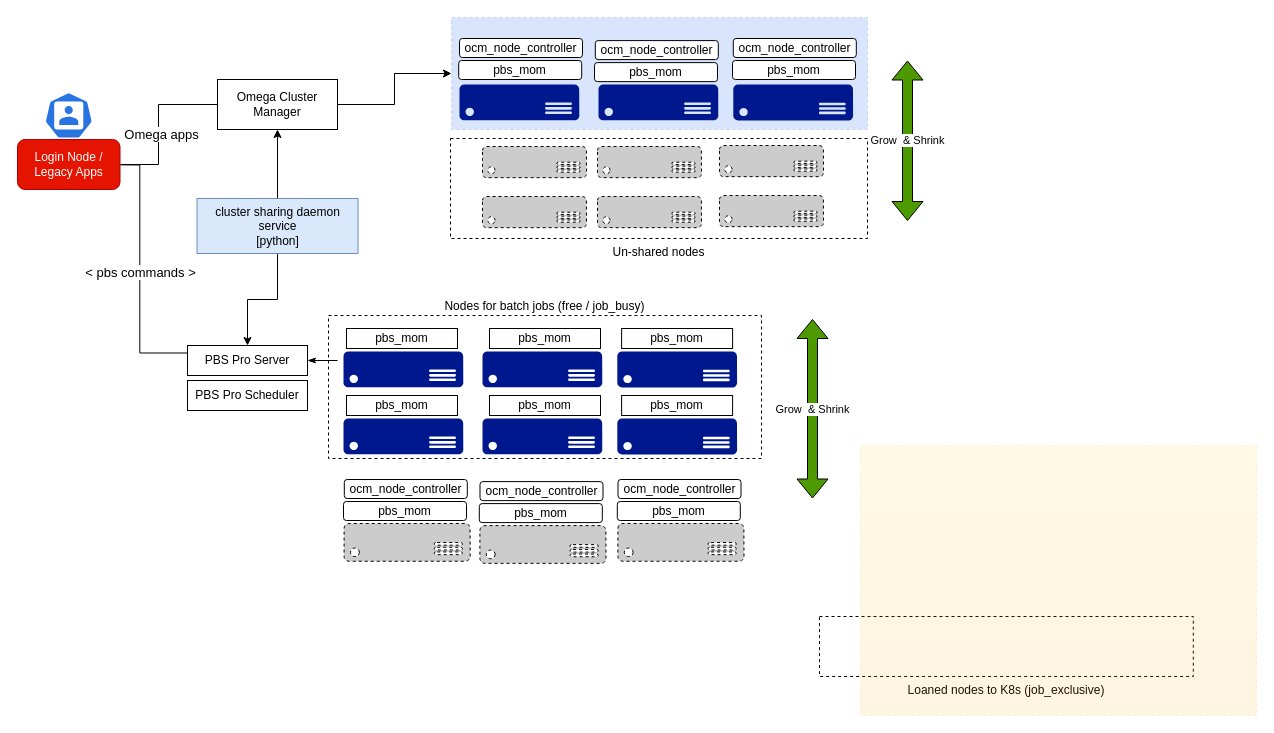
doddam-manjunath/diagram_io keeps this draw.io diagram as ocm-pbspro.drawio. Above is the earlier version. Source tidied: cells renumbered, new cells numbered last; positions are measured from the earlier drawing's top-left corner, leaving out a move shared by most shapes. Both pictures are drawn from the tidied source at 100%, with x=0, y=0 at pixel (17, 17). Pictures stored in the file or linked from it are replaced by grey dashed boxes.
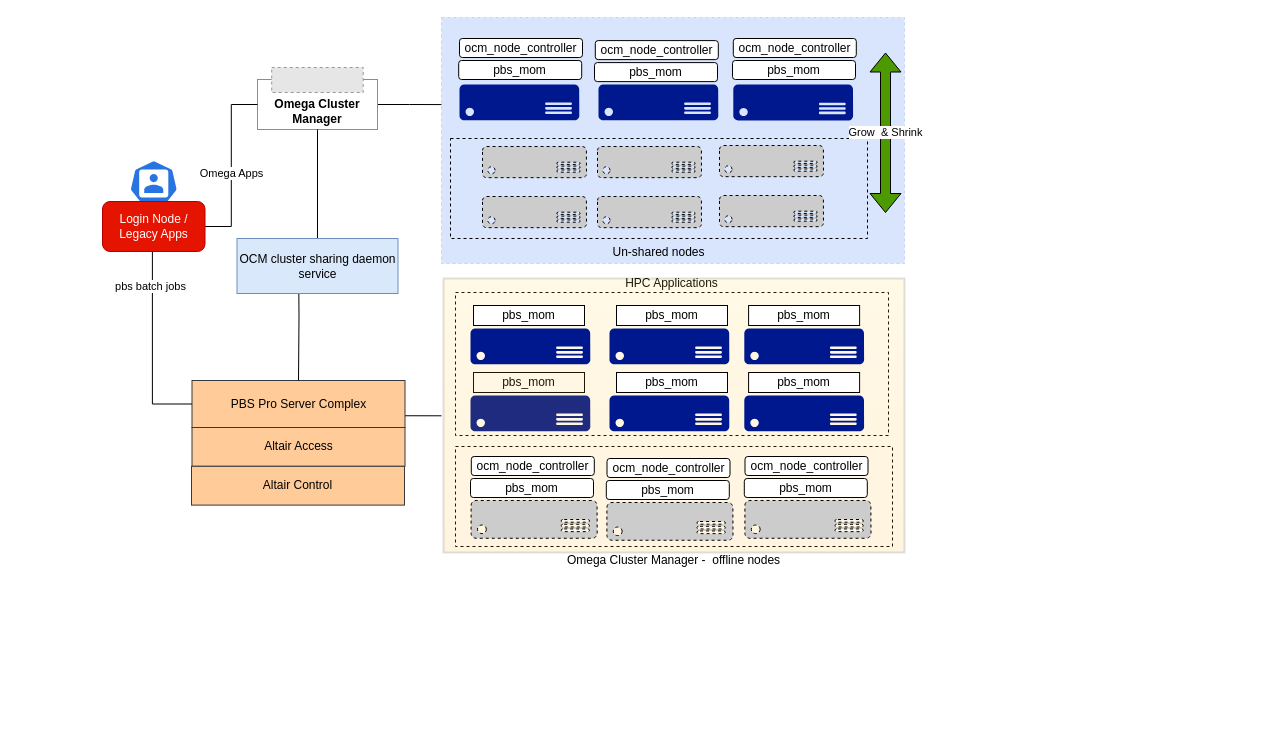
The same diagram, later.

The edit, as a diff of the source:
```diff
@@
     <mxCell id="2" style="rounded=0;whiteSpace=wrap;html=1;fillColor=#0050ef;dashed=1;labelPosition=left;verticalLabelPosition=bottom;align=right;verticalAlign=top;strokeColor=#001DBC;glass=0;opacity=15;fontColor=#ffffff;" parent="1" vertex="1">
-      <mxGeometry x="434" width="416" height="112" as="geometry" />
+      <mxGeometry x="424" width="463" height="246" as="geometry" />
     </mxCell>
-    <mxCell id="3" value="Nodes for batch jobs (free / job_busy)" style="rounded=0;whiteSpace=wrap;html=1;fillColor=none;dashed=1;labelPosition=center;verticalLabelPosition=top;align=center;verticalAlign=bottom;" parent="1" vertex="1">
-      <mxGeometry x="311" y="298" width="433" height="143" as="geometry" />
+    <mxCell id="3" value="HPC Applications" style="rounded=0;whiteSpace=wrap;html=1;fillColor=none;dashed=1;labelPosition=center;verticalLabelPosition=top;align=center;verticalAlign=bottom;" parent="1" vertex="1">
+      <mxGeometry x="438" y="275" width="433" height="143" as="geometry" />
     </mxCell>
-    <mxCell id="4" style="edgeStyle=orthogonalEdgeStyle;rounded=0;orthogonalLoop=1;jettySize=auto;html=1;entryX=1;entryY=0.5;entryDx=0;entryDy=0;fontSize=13;startArrow=none;startFill=0;endArrow=none;endFill=0;endSize=6;strokeColor=default;strokeWidth=1;fillColor=#4D9900;exitX=0;exitY=0.5;exitDx=0;exitDy=0;" parent="1" edge="1">
-      <mxGeometry relative="1" as="geometry">
-        <mxPoint x="201" y="87" as="sourcePoint" />
-        <mxPoint x="103.5" y="147" as="targetPoint" />
-        <Array as="points">
-          <mxPoint x="141" y="87" />
-          <mxPoint x="141" y="147" />
-        </Array>
-      </mxGeometry>
-    </mxCell>
-    <mxCell id="5" value="Omega apps" style="edgeLabel;html=1;align=center;verticalAlign=middle;fontSize=13;" parent="4" vertex="1">
-      <mxGeometry x="0.01" y="2" relative="1" as="geometry">
-        <mxPoint y="9" as="offset" />
-      </mxGeometry>
-    </mxCell>
-    <mxCell id="6" style="edgeStyle=orthogonalEdgeStyle;rounded=0;jettySize=auto;html=1;exitX=1;exitY=0.5;exitDx=0;exitDy=0;" parent="1" edge="1" source="7" target="2">
+    <mxCell id="6" style="edgeStyle=orthogonalEdgeStyle;rounded=0;jettySize=auto;html=1;exitX=1;exitY=0.5;exitDx=0;exitDy=0;endArrow=none;endFill=0;entryX=0;entryY=0.354;entryDx=0;entryDy=0;entryPerimeter=0;" parent="1" edge="1" source="7" target="2">
       <mxGeometry relative="1" as="geometry" />
     </mxCell>
-    <mxCell id="7" value="Omega Cluster Manager" style="rounded=0;whiteSpace=wrap;html=1;" parent="1" vertex="1">
-      <mxGeometry x="200" y="62" width="120" height="50" as="geometry" />
+    <mxCell id="7" value="&lt;br&gt;&lt;div&gt;&lt;b&gt;Omega Cluster Manager&lt;/b&gt;&lt;/div&gt;" style="rounded=0;whiteSpace=wrap;html=1;fillColor=none;strokeColor=#1EB0F7;" parent="1" vertex="1">
+      <mxGeometry x="240" y="62" width="120" height="50" as="geometry" />
     </mxCell>
@@
-    <mxCell id="14" style="edgeStyle=orthogonalEdgeStyle;rounded=0;jettySize=auto;html=1;exitX=1;exitY=0.5;exitDx=0;exitDy=0;startArrow=classicThin;startFill=1;endArrow=none;endFill=0;" parent="1" edge="1" source="15">
-      <mxGeometry relative="1" as="geometry">
-        <mxPoint x="320" y="343" as="targetPoint" />
-      </mxGeometry>
-    </mxCell>
+    <mxCell id="59" style="edgeStyle=orthogonalEdgeStyle;rounded=0;jettySize=auto;html=1;exitX=1;exitY=0.75;exitDx=0;exitDy=0;entryX=0;entryY=0.5;entryDx=0;entryDy=0;endArrow=none;endFill=0;" parent="1" edge="1" source="15" target="27">
+      <mxGeometry relative="1" as="geometry" />
+    </mxCell>
-    <mxCell id="15" value="PBS Pro Server" style="rounded=0;whiteSpace=wrap;html=1;shadow=0;strokeWidth=1;" parent="1" vertex="1">
-      <mxGeometry x="170" y="328" width="120" height="30" as="geometry" />
+    <mxCell id="15" value="&lt;div&gt;PBS Pro Server Complex&lt;/div&gt;" style="rounded=0;whiteSpace=wrap;html=1;shadow=0;strokeWidth=1;fillColor=#ffcc99;strokeColor=#36393d;" parent="1" vertex="1">
+      <mxGeometry x="174.5" y="363" width="213" height="47" as="geometry" />
     </mxCell>
-    <mxCell id="16" value="PBS Pro Scheduler" style="rounded=0;whiteSpace=wrap;html=1;shadow=0;strokeWidth=1;" parent="1" vertex="1">
-      <mxGeometry x="170" y="363" width="120" height="30" as="geometry" />
-    </mxCell>
     <mxCell id="17" style="shadow=0;dashed=0;html=1;strokeColor=none;labelPosition=center;verticalLabelPosition=bottom;verticalAlign=top;align=center;fillColor=#00188D;shape=mxgraph.azure.server;rounded=0;" parent="1" vertex="1">
-      <mxGeometry x="326" y="401" width="119.8" height="35.9" as="geometry" />
+      <mxGeometry x="453" y="378" width="119.8" height="35.9" as="geometry" />
     </mxCell>
     <mxCell id="18" value="pbs_mom" style="rounded=0;whiteSpace=wrap;html=1;" parent="1" vertex="1">
-      <mxGeometry x="329" y="378" width="111" height="20" as="geometry" />
+      <mxGeometry x="456" y="355" width="111" height="20" as="geometry" />
     </mxCell>
-    <mxCell id="19" value="Loaned nodes to K8s (job_exclusive)" style="rounded=0;whiteSpace=wrap;html=1;fillColor=none;dashed=1;labelPosition=center;verticalLabelPosition=bottom;align=center;verticalAlign=top;" parent="1" vertex="1">
-      <mxGeometry x="802" y="599" width="373.8" height="60" as="geometry" />
+    <mxCell id="19" value="Omega Cluster Manager -&amp;nbsp; offline nodes" style="rounded=0;whiteSpace=wrap;html=1;fillColor=none;dashed=1;labelPosition=center;verticalLabelPosition=bottom;align=center;verticalAlign=top;" parent="1" vertex="1">
+      <mxGeometry x="438" y="429" width="437" height="100" as="geometry" />
     </mxCell>
@@
     <mxCell id="21" value="Grow&amp;nbsp; &amp;amp; Shrink" style="shape=flexArrow;endArrow=classic;startArrow=classic;html=1;rounded=0;endSize=6;strokeWidth=1;strokeColor=default;fillColor=#4D9900;" parent="1" edge="1">
       <mxGeometry relative="1" as="geometry">
-        <mxPoint x="890" y="43" as="sourcePoint" />
-        <mxPoint x="890" y="203.5" as="targetPoint" />
+        <mxPoint x="868" y="35" as="sourcePoint" />
+        <mxPoint x="868" y="195.5" as="targetPoint" />
       </mxGeometry>
     </mxCell>
-    <mxCell id="22" value="Grow&amp;nbsp; &amp;amp; Shrink" style="shape=flexArrow;endArrow=classic;startArrow=classic;html=1;rounded=0;endSize=6;strokeWidth=1;strokeColor=default;fillColor=#4D9900;" parent="1" edge="1">
-      <mxGeometry relative="1" as="geometry">
-        <mxPoint x="795" y="301.5" as="sourcePoint" />
-        <mxPoint x="795" y="481" as="targetPoint" />
-      </mxGeometry>
-    </mxCell>
     <mxCell id="23" style="html=1;dashed=0;whitespace=wrap;fillColor=#2875E2;strokeColor=#ffffff;shape=mxgraph.kubernetes.icon;prIcon=user;rounded=0;" parent="1" vertex="1">
-      <mxGeometry x="27" y="71" width="48.5" height="54" as="geometry" />
+      <mxGeometry x="112" y="139" width="48.5" height="54" as="geometry" />
     </mxCell>
-    <mxCell id="24" style="edgeStyle=orthogonalEdgeStyle;jettySize=auto;html=1;fontSize=13;startArrow=none;startFill=0;endArrow=none;endFill=0;endSize=6;strokeColor=default;strokeWidth=1;fillColor=#4D9900;rounded=0;entryX=0;entryY=0.25;entryDx=0;entryDy=0;" parent="1" edge="1" target="15">
-      <mxGeometry relative="1" as="geometry">
-        <mxPoint x="73.5" y="147" as="sourcePoint" />
-      </mxGeometry>
-    </mxCell>
-    <mxCell id="25" value="&amp;lt; pbs commands &amp;gt;" style="edgeLabel;html=1;align=center;verticalAlign=middle;fontSize=13;" parent="24" vertex="1">
-      <mxGeometry x="-0.1" relative="1" as="geometry">
-        <mxPoint y="28" as="offset" />
-      </mxGeometry>
-    </mxCell>
+    <mxCell id="60" style="edgeStyle=orthogonalEdgeStyle;rounded=0;jettySize=auto;html=1;entryX=0;entryY=0.5;entryDx=0;entryDy=0;endArrow=none;endFill=0;exitX=0.5;exitY=1;exitDx=0;exitDy=0;" parent="1" edge="1" target="15">
+      <mxGeometry relative="1" as="geometry">
+        <mxPoint x="94.2" y="230.5" as="sourcePoint" />
+      </mxGeometry>
+    </mxCell>
+    <mxCell id="61" value="pbs batch jobs" style="edgeLabel;html=1;align=center;verticalAlign=middle;" parent="60" vertex="1">
+      <mxGeometry x="-0.33" y="-2" relative="1" as="geometry">
+        <mxPoint y="-1" as="offset" />
+      </mxGeometry>
+    </mxCell>
+    <mxCell id="62" style="edgeStyle=orthogonalEdgeStyle;rounded=0;jettySize=auto;html=1;entryX=0;entryY=0.5;entryDx=0;entryDy=0;endArrow=none;endFill=0;" parent="1" edge="1" source="26" target="7">
+      <mxGeometry relative="1" as="geometry" />
+    </mxCell>
+    <mxCell id="63" value="Omega Apps" style="edgeLabel;html=1;align=center;verticalAlign=middle;" parent="62" vertex="1">
+      <mxGeometry x="-0.08" relative="1" as="geometry" />
+    </mxCell>
     <mxCell id="26" value="Login Node / Legacy Apps" style="rounded=1;whiteSpace=wrap;html=1;fillColor=#e51400;glass=0;strokeColor=#B20000;fontColor=#ffffff;" parent="1" vertex="1">
-      <mxGeometry y="122" width="102.5" height="50" as="geometry" />
+      <mxGeometry x="85" y="184" width="102.5" height="50" as="geometry" />
     </mxCell>
-    <mxCell id="27" style="rounded=0;whiteSpace=wrap;html=1;fillColor=#ffcd28;dashed=1;labelPosition=left;verticalLabelPosition=bottom;align=right;verticalAlign=top;strokeColor=#d79b00;glass=0;opacity=12;gradientColor=#ffa500;" parent="1" vertex="1">
-      <mxGeometry x="843" y="428" width="396" height="270" as="geometry" />
+    <mxCell id="27" style="rounded=0;whiteSpace=wrap;html=1;fillColor=#ffcd28;labelPosition=left;verticalLabelPosition=bottom;align=right;verticalAlign=top;strokeColor=#000000;glass=0;opacity=12;gradientColor=#ffa500;perimeterSpacing=2;strokeWidth=2;" parent="1" vertex="1">
+      <mxGeometry x="426" y="261" width="461" height="274" as="geometry" />
     </mxCell>
     <mxCell id="28" value="&lt;div&gt;pbs_mom&lt;/div&gt;" style="rounded=1;whiteSpace=wrap;html=1;sketch=0;glass=0;fillStyle=auto;gradientColor=none;" parent="1" vertex="1">
-      <mxGeometry x="326" y="484" width="123" height="19" as="geometry" />
+      <mxGeometry x="453" y="461" width="123" height="19" as="geometry" />
     </mxCell>
     <mxCell id="29" value="ocm_node_controller" style="rounded=1;whiteSpace=wrap;html=1;sketch=0;glass=0;fillStyle=auto;gradientColor=none;" parent="1" vertex="1">
-      <mxGeometry x="326.8" y="462" width="123" height="19" as="geometry" />
+      <mxGeometry x="453.8" y="439" width="123" height="19" as="geometry" />
     </mxCell>
     <mxCell id="30" style="shadow=0;dashed=1;html=1;strokeColor=#000000;labelPosition=center;verticalLabelPosition=bottom;verticalAlign=top;align=center;fillColor=#CCCCCC;shape=mxgraph.azure.server;strokeWidth=1;rounded=0;" parent="1" vertex="1">
-      <mxGeometry x="326.6" y="506" width="126.1" height="37.8" as="geometry" />
+      <mxGeometry x="453.6" y="483" width="126.1" height="37.8" as="geometry" />
     </mxCell>
     <mxCell id="31" value="&lt;div&gt;pbs_mom&lt;/div&gt;" style="rounded=1;whiteSpace=wrap;html=1;sketch=0;glass=0;fillStyle=auto;gradientColor=none;" parent="1" vertex="1">
-      <mxGeometry x="461.8" y="486.1" width="123" height="19" as="geometry" />
+      <mxGeometry x="588.8" y="463" width="123" height="19" as="geometry" />
     </mxCell>
     <mxCell id="32" value="ocm_node_controller" style="rounded=1;whiteSpace=wrap;html=1;sketch=0;glass=0;fillStyle=auto;gradientColor=none;" parent="1" vertex="1">
-      <mxGeometry x="462.5" y="464.1" width="123" height="19" as="geometry" />
+      <mxGeometry x="589.5" y="441" width="123" height="19" as="geometry" />
     </mxCell>
     <mxCell id="33" style="shadow=0;dashed=1;html=1;strokeColor=#000000;labelPosition=center;verticalLabelPosition=bottom;verticalAlign=top;align=center;fillColor=#CCCCCC;shape=mxgraph.azure.server;strokeWidth=1;rounded=0;" parent="1" vertex="1">
-      <mxGeometry x="462.4" y="508.1" width="126.1" height="37.8" as="geometry" />
+      <mxGeometry x="589.4" y="485" width="126.1" height="37.8" as="geometry" />
     </mxCell>
     <mxCell id="34" value="&lt;div&gt;pbs_mom&lt;/div&gt;" style="rounded=1;whiteSpace=wrap;html=1;sketch=0;glass=0;fillStyle=auto;gradientColor=none;" parent="1" vertex="1">
-      <mxGeometry x="599.8" y="484" width="123" height="19" as="geometry" />
+      <mxGeometry x="726.8" y="461" width="123" height="19" as="geometry" />
     </mxCell>
     <mxCell id="35" value="ocm_node_controller" style="rounded=1;whiteSpace=wrap;html=1;sketch=0;glass=0;fillStyle=auto;gradientColor=none;" parent="1" vertex="1">
-      <mxGeometry x="600.5" y="462" width="123" height="19" as="geometry" />
+      <mxGeometry x="727.5" y="439" width="123" height="19" as="geometry" />
     </mxCell>
     <mxCell id="36" style="shadow=0;dashed=1;html=1;strokeColor=#000000;labelPosition=center;verticalLabelPosition=bottom;verticalAlign=top;align=center;fillColor=#CCCCCC;shape=mxgraph.azure.server;strokeWidth=1;rounded=0;" parent="1" vertex="1">
-      <mxGeometry x="600.4" y="506" width="126.1" height="37.8" as="geometry" />
+      <mxGeometry x="727.4" y="483" width="126.1" height="37.8" as="geometry" />
     </mxCell>
     <mxCell id="37" style="shadow=0;dashed=0;html=1;strokeColor=none;labelPosition=center;verticalLabelPosition=bottom;verticalAlign=top;align=center;fillColor=#00188D;shape=mxgraph.azure.server;rounded=0;" parent="1" vertex="1">
-      <mxGeometry x="465" y="401" width="119.8" height="35.9" as="geometry" />
+      <mxGeometry x="592" y="378" width="119.8" height="35.9" as="geometry" />
     </mxCell>
     <mxCell id="38" style="shadow=0;dashed=0;html=1;strokeColor=none;labelPosition=center;verticalLabelPosition=bottom;verticalAlign=top;align=center;fillColor=#00188D;shape=mxgraph.azure.server;rounded=0;" parent="1" vertex="1">
-      <mxGeometry x="599.8" y="401.1" width="119.8" height="35.9" as="geometry" />
+      <mxGeometry x="726.8" y="378" width="119.8" height="35.9" as="geometry" />
     </mxCell>
     <mxCell id="39" value="pbs_mom" style="rounded=0;whiteSpace=wrap;html=1;" parent="1" vertex="1">
-      <mxGeometry x="472" y="378" width="111" height="20" as="geometry" />
+      <mxGeometry x="599" y="355" width="111" height="20" as="geometry" />
     </mxCell>
     <mxCell id="40" value="pbs_mom" style="rounded=0;whiteSpace=wrap;html=1;" parent="1" vertex="1">
-      <mxGeometry x="604.1" y="378" width="111" height="20" as="geometry" />
+      <mxGeometry x="731.1" y="355" width="111" height="20" as="geometry" />
     </mxCell>
     <mxCell id="41" style="shadow=0;dashed=0;html=1;strokeColor=none;labelPosition=center;verticalLabelPosition=bottom;verticalAlign=top;align=center;fillColor=#00188D;shape=mxgraph.azure.server;rounded=0;" parent="1" vertex="1">
-      <mxGeometry x="326" y="334" width="119.8" height="35.9" as="geometry" />
+      <mxGeometry x="453" y="311" width="119.8" height="35.9" as="geometry" />
     </mxCell>
     <mxCell id="42" value="pbs_mom" style="rounded=0;whiteSpace=wrap;html=1;" parent="1" vertex="1">
-      <mxGeometry x="329" y="311" width="111" height="20" as="geometry" />
+      <mxGeometry x="456" y="288" width="111" height="20" as="geometry" />
     </mxCell>
     <mxCell id="43" value="pbs_mom" style="rounded=0;whiteSpace=wrap;html=1;" parent="1" vertex="1">
-      <mxGeometry x="472" y="311" width="111" height="20" as="geometry" />
+      <mxGeometry x="599" y="288" width="111" height="20" as="geometry" />
     </mxCell>
     <mxCell id="44" style="shadow=0;dashed=0;html=1;strokeColor=none;labelPosition=center;verticalLabelPosition=bottom;verticalAlign=top;align=center;fillColor=#00188D;shape=mxgraph.azure.server;rounded=0;" parent="1" vertex="1">
-      <mxGeometry x="465" y="334" width="119.8" height="35.9" as="geometry" />
+      <mxGeometry x="592" y="311" width="119.8" height="35.9" as="geometry" />
     </mxCell>
     <mxCell id="45" value="pbs_mom" style="rounded=0;whiteSpace=wrap;html=1;" parent="1" vertex="1">
-      <mxGeometry x="604.1" y="311" width="111" height="20" as="geometry" />
+      <mxGeometry x="731.1" y="288" width="111" height="20" as="geometry" />
     </mxCell>
     <mxCell id="46" style="shadow=0;dashed=0;html=1;strokeColor=none;labelPosition=center;verticalLabelPosition=bottom;verticalAlign=top;align=center;fillColor=#00188D;shape=mxgraph.azure.server;rounded=0;" parent="1" vertex="1">
-      <mxGeometry x="599.8" y="334.1" width="119.8" height="35.9" as="geometry" />
+      <mxGeometry x="726.8" y="311" width="119.8" height="35.9" as="geometry" />
     </mxCell>
-    <mxCell id="47" style="edgeStyle=orthogonalEdgeStyle;rounded=0;jettySize=auto;html=1;" parent="1" edge="1" source="49" target="15">
-      <mxGeometry relative="1" as="geometry" />
+    <mxCell id="47" style="edgeStyle=orthogonalEdgeStyle;rounded=0;jettySize=auto;html=1;endArrow=none;endFill=0;entryX=0.5;entryY=0;entryDx=0;entryDy=0;" parent="1" edge="1" target="15">
+      <mxGeometry relative="1" as="geometry">
+        <mxPoint x="281" y="235" as="sourcePoint" />
+      </mxGeometry>
     </mxCell>
-    <mxCell id="48" style="edgeStyle=orthogonalEdgeStyle;rounded=0;jettySize=auto;html=1;exitX=0.5;exitY=0;exitDx=0;exitDy=0;entryX=0.5;entryY=1;entryDx=0;entryDy=0;" parent="1" edge="1" source="49" target="7">
+    <mxCell id="48" style="edgeStyle=orthogonalEdgeStyle;rounded=0;jettySize=auto;html=1;exitX=0.5;exitY=0;exitDx=0;exitDy=0;entryX=0.5;entryY=1;entryDx=0;entryDy=0;endArrow=none;endFill=0;" parent="1" edge="1" source="49" target="7">
       <mxGeometry relative="1" as="geometry" />
     </mxCell>
-    <mxCell id="49" value="&lt;div&gt;cluster sharing daemon service &lt;br&gt;&lt;/div&gt;&lt;div&gt;[python]&lt;br&gt;&lt;/div&gt;" style="rounded=0;whiteSpace=wrap;html=1;fillColor=#dae8fc;strokeColor=#6c8ebf;" parent="1" vertex="1">
-      <mxGeometry x="179.5" y="181" width="161" height="55" as="geometry" />
+    <mxCell id="49" value="&lt;div&gt;OCM cluster sharing daemon service &lt;br&gt;&lt;/div&gt;" style="rounded=0;whiteSpace=wrap;html=1;fillColor=#dae8fc;strokeColor=#6c8ebf;" parent="1" vertex="1">
+      <mxGeometry x="219.5" y="221" width="161" height="55" as="geometry" />
     </mxCell>
@@
+    <mxCell id="64" style="fillColor=#E6E6E6;strokeColor=#999999;dashed=1;verticalLabelPosition=bottom;labelBackgroundColor=default;verticalAlign=top;" parent="1" vertex="1">
+      <mxGeometry x="254.2" y="50" width="91.5" height="25" as="geometry" />
+    </mxCell>
+    <mxCell id="65" value="Altair Access" style="rounded=0;whiteSpace=wrap;html=1;shadow=0;strokeWidth=1;fillColor=#ffcc99;strokeColor=#36393d;" parent="1" vertex="1">
+      <mxGeometry x="174.5" y="410" width="213" height="38.8" as="geometry" />
+    </mxCell>
+    <mxCell id="66" value="Altair Control" style="rounded=0;whiteSpace=wrap;html=1;shadow=0;strokeWidth=1;fillColor=#ffcc99;strokeColor=#36393d;" parent="1" vertex="1">
+      <mxGeometry x="174" y="448.8" width="213" height="38.8" as="geometry" />
+    </mxCell>
```
